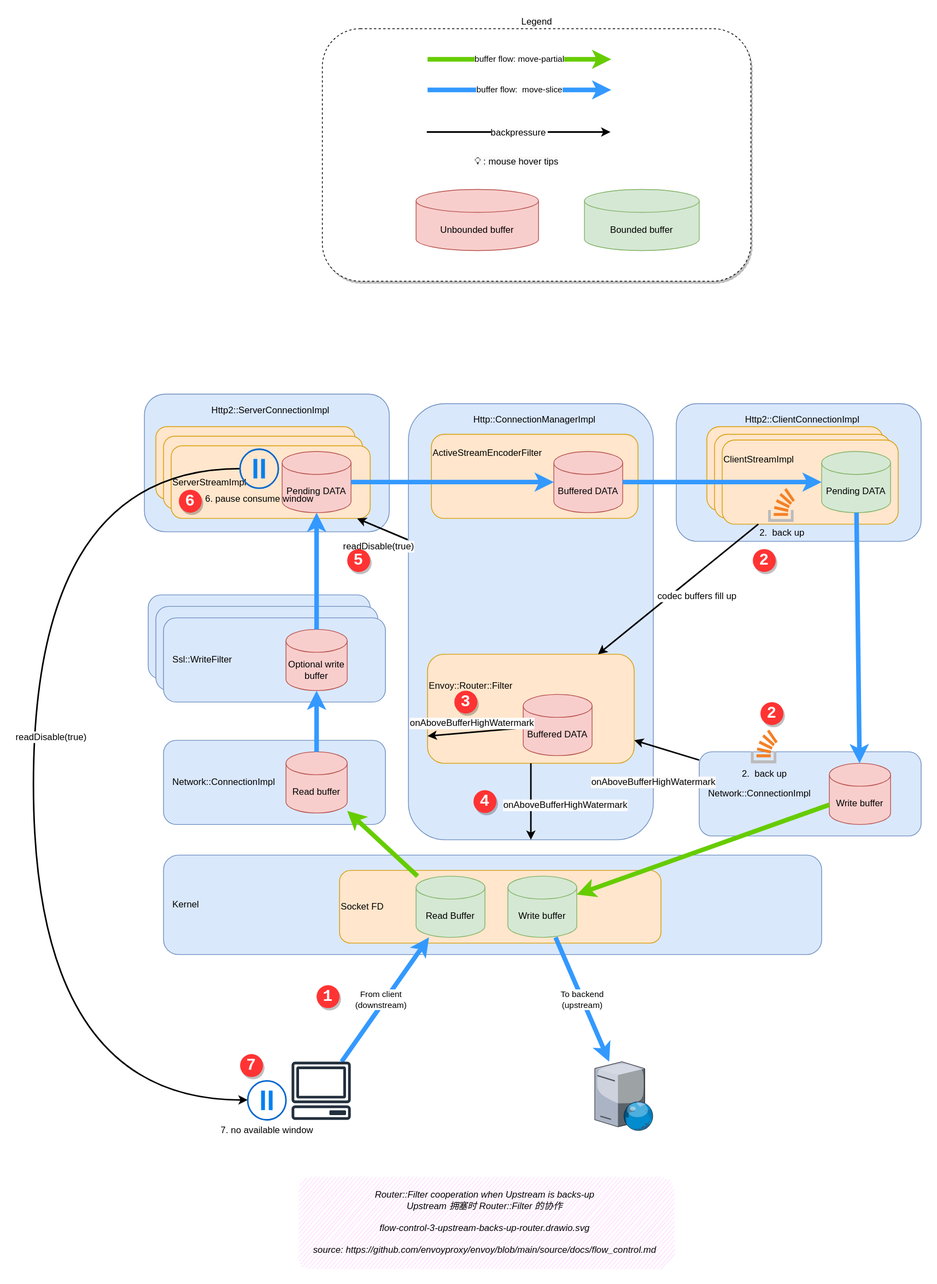
The draw.io diagram docs/source/ch2-envoy/arch/flow-control/flow-control-3-upstream-backs-up-router.drawio.svg in labilezhu/istio-insider, before a commit. Source tidied: cells renumbered, new cells last; positions are measured from the earlier drawing's top-left corner, leaving out a move shared by most shapes.
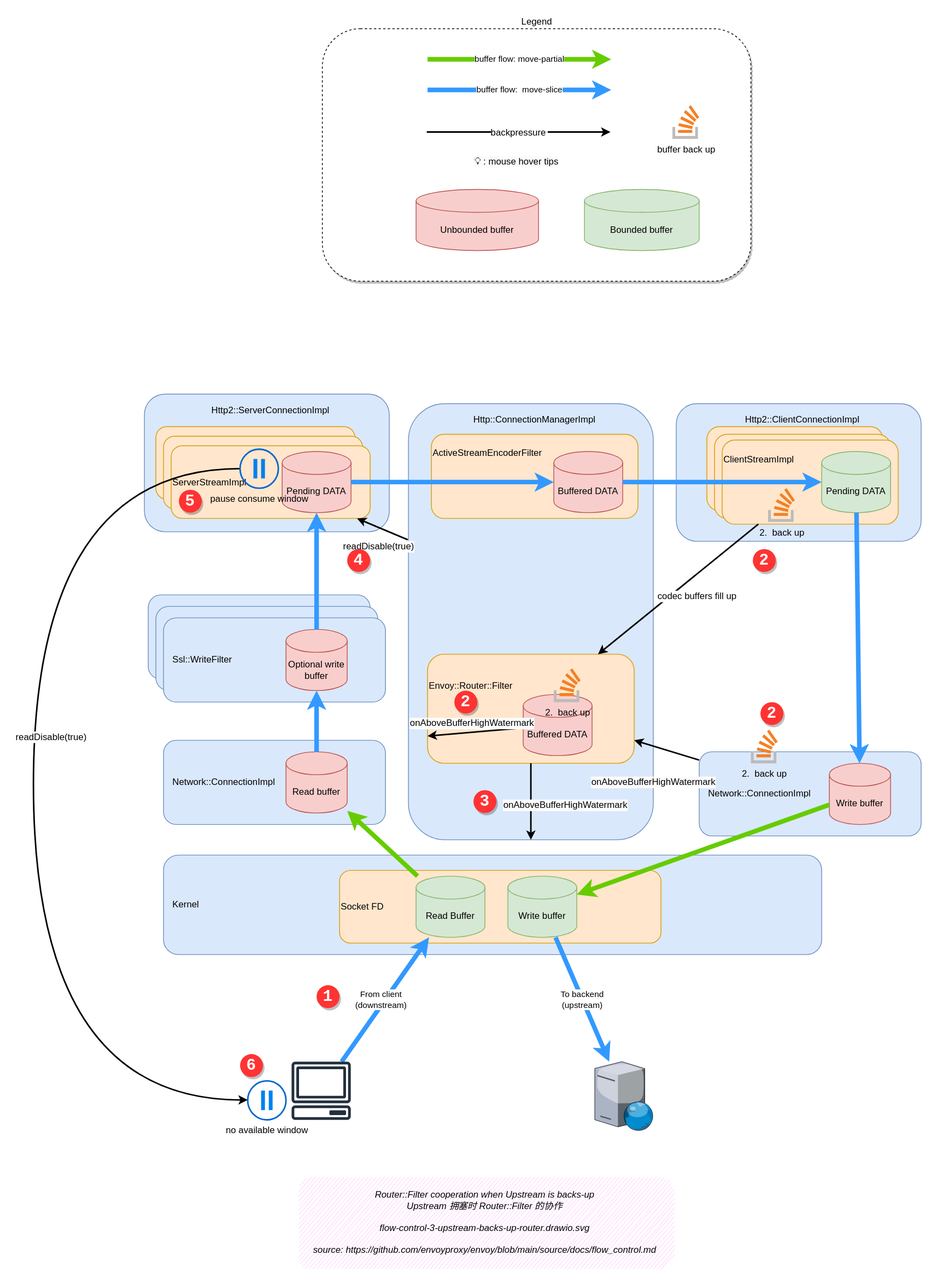
The same diagram one commit later.

What changed in the source:
```diff
@@ -132,7 +132,7 @@
     <mxCell id="43" style="verticalLabelPosition=bottom;sketch=0;html=1;verticalAlign=top;strokeColor=none;align=center;outlineConnect=0;shape=mxgraph.citrix.web_server;labelBackgroundColor=none;fillColor=none;" parent="1" vertex="1">
       <mxGeometry x="733.5" y="1350" width="76.5" height="90" as="geometry" />
     </mxCell>
-    <mxCell id="44" value="7. no available window" style="html=1;verticalLabelPosition=bottom;labelBackgroundColor=none;verticalAlign=top;shadow=0;dashed=0;strokeWidth=2;shape=mxgraph.ios7.misc.pause;strokeColor=#0066CC;sketch=0;fillColor=none;" parent="1" vertex="1">
+    <mxCell id="44" value="no available window" style="html=1;verticalLabelPosition=bottom;labelBackgroundColor=none;verticalAlign=top;shadow=0;dashed=0;strokeWidth=2;shape=mxgraph.ios7.misc.pause;strokeColor=#0066CC;sketch=0;fillColor=none;" parent="1" vertex="1">
       <mxGeometry x="280" y="1375" width="50" height="51" as="geometry" />
     </mxCell>
     <mxCell id="45" value="&lt;span style=&quot;text-align: left; background-color: rgb(251, 251, 251);&quot;&gt;&amp;nbsp;onAboveBufferHighWatermark&lt;/span&gt;" style="endArrow=classic;html=1;strokeWidth=2;fontSize=12;jumpStyle=arc;" parent="1" edge="1" source="10" target="46">
@@ -164,7 +164,7 @@
         </Array>
       </mxGeometry>
     </mxCell>
-    <mxCell id="53" value="6. pause consume window" style="html=1;verticalLabelPosition=bottom;labelBackgroundColor=none;verticalAlign=top;shadow=0;dashed=0;strokeWidth=2;shape=mxgraph.ios7.misc.pause;strokeColor=#0066CC;sketch=0;fillColor=none;" parent="1" vertex="1">
+    <mxCell id="53" value="pause consume window" style="html=1;verticalLabelPosition=bottom;labelBackgroundColor=none;verticalAlign=top;shadow=0;dashed=0;strokeWidth=2;shape=mxgraph.ios7.misc.pause;strokeColor=#0066CC;sketch=0;fillColor=none;" parent="1" vertex="1">
       <mxGeometry x="270" y="549.5" width="50" height="51" as="geometry" />
     </mxCell>
     <mxCell id="54" value="2.&amp;nbsp; back up" style="dashed=0;html=1;align=center;labelPosition=center;verticalLabelPosition=bottom;verticalAlign=top;shape=mxgraph.weblogos.stackoverflow;strokeColor=default;fontSize=12;" parent="1" vertex="1">
@@ -215,20 +215,26 @@
     <mxCell id="66" value="2" style="ellipse;whiteSpace=wrap;html=1;labelBackgroundColor=none;strokeColor=none;fillColor=#FF3333;gradientColor=none;fontColor=#FFFFFF;fontFamily=Courier New;fontStyle=1;fontSize=21;shadow=1;" parent="1" vertex="1">
       <mxGeometry x="940" y="680" width="30" height="30" as="geometry" />
     </mxCell>
-    <mxCell id="67" value="3" style="ellipse;whiteSpace=wrap;html=1;labelBackgroundColor=none;strokeColor=none;fillColor=#FF3333;gradientColor=none;fontColor=#FFFFFF;fontFamily=Courier New;fontStyle=1;fontSize=21;shadow=1;" parent="1" vertex="1">
+    <mxCell id="67" value="2" style="ellipse;whiteSpace=wrap;html=1;labelBackgroundColor=none;strokeColor=none;fillColor=#FF3333;gradientColor=none;fontColor=#FFFFFF;fontFamily=Courier New;fontStyle=1;fontSize=21;shadow=1;" parent="1" vertex="1">
       <mxGeometry x="550" y="865" width="30" height="30" as="geometry" />
     </mxCell>
-    <mxCell id="68" value="4" style="ellipse;whiteSpace=wrap;html=1;labelBackgroundColor=none;strokeColor=none;fillColor=#FF3333;gradientColor=none;fontColor=#FFFFFF;fontFamily=Courier New;fontStyle=1;fontSize=21;shadow=1;" parent="1" vertex="1">
+    <mxCell id="68" value="3" style="ellipse;whiteSpace=wrap;html=1;labelBackgroundColor=none;strokeColor=none;fillColor=#FF3333;gradientColor=none;fontColor=#FFFFFF;fontFamily=Courier New;fontStyle=1;fontSize=21;shadow=1;" parent="1" vertex="1">
       <mxGeometry x="575" y="995" width="30" height="30" as="geometry" />
     </mxCell>
-    <mxCell id="69" value="5" style="ellipse;whiteSpace=wrap;html=1;labelBackgroundColor=none;strokeColor=none;fillColor=#FF3333;gradientColor=none;fontColor=#FFFFFF;fontFamily=Courier New;fontStyle=1;fontSize=21;shadow=1;" parent="1" vertex="1">
+    <mxCell id="69" value="4" style="ellipse;whiteSpace=wrap;html=1;labelBackgroundColor=none;strokeColor=none;fillColor=#FF3333;gradientColor=none;fontColor=#FFFFFF;fontFamily=Courier New;fontStyle=1;fontSize=21;shadow=1;" parent="1" vertex="1">
       <mxGeometry x="410" y="680" width="30" height="30" as="geometry" />
     </mxCell>
-    <mxCell id="70" value="7" style="ellipse;whiteSpace=wrap;html=1;labelBackgroundColor=none;strokeColor=none;fillColor=#FF3333;gradientColor=none;fontColor=#FFFFFF;fontFamily=Courier New;fontStyle=1;fontSize=21;shadow=1;" parent="1" vertex="1">
+    <mxCell id="70" value="6" style="ellipse;whiteSpace=wrap;html=1;labelBackgroundColor=none;strokeColor=none;fillColor=#FF3333;gradientColor=none;fontColor=#FFFFFF;fontFamily=Courier New;fontStyle=1;fontSize=21;shadow=1;" parent="1" vertex="1">
       <mxGeometry x="270" y="1340" width="30" height="30" as="geometry" />
     </mxCell>
-    <mxCell id="71" value="6" style="ellipse;whiteSpace=wrap;html=1;labelBackgroundColor=none;strokeColor=none;fillColor=#FF3333;gradientColor=none;fontColor=#FFFFFF;fontFamily=Courier New;fontStyle=1;fontSize=21;shadow=1;" parent="1" vertex="1">
+    <mxCell id="71" value="5" style="ellipse;whiteSpace=wrap;html=1;labelBackgroundColor=none;strokeColor=none;fillColor=#FF3333;gradientColor=none;fontColor=#FFFFFF;fontFamily=Courier New;fontStyle=1;fontSize=21;shadow=1;" parent="1" vertex="1">
       <mxGeometry x="190" y="602.5" width="30" height="30" as="geometry" />
     </mxCell>
+    <mxCell id="72" value="2.&amp;nbsp; back up" style="dashed=0;html=1;align=center;labelPosition=center;verticalLabelPosition=bottom;verticalAlign=top;shape=mxgraph.weblogos.stackoverflow;strokeColor=default;fontSize=12;" parent="1" vertex="1">
+      <mxGeometry x="680" y="836" width="35" height="44" as="geometry" />
+    </mxCell>
+    <mxCell id="73" value="buffer back up" style="dashed=0;html=1;align=center;labelPosition=center;verticalLabelPosition=bottom;verticalAlign=top;shape=mxgraph.weblogos.stackoverflow;strokeColor=default;fontSize=12;" parent="1" vertex="1">
+      <mxGeometry x="835" y="100" width="35" height="44" as="geometry" />
+    </mxCell>
   </root>
 </mxGraphModel>
```
